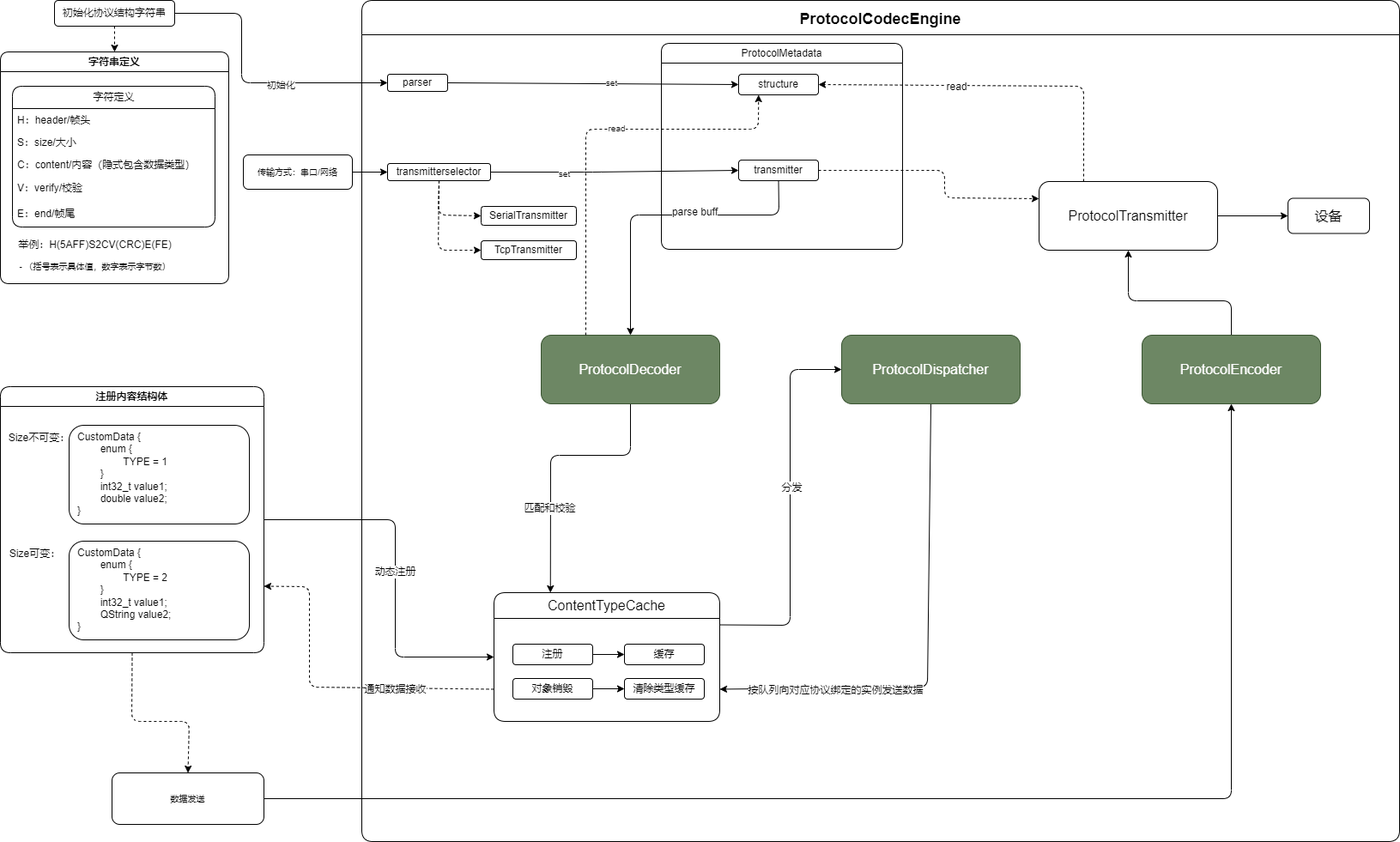
Earlier version of the draw.io export framework.drawio.png (daonvshu/ProtocolCodecEngine). Source tidied: cells renumbered, new cells last; positions are measured from the earlier drawing's top-left corner, leaving out a move shared by most shapes.
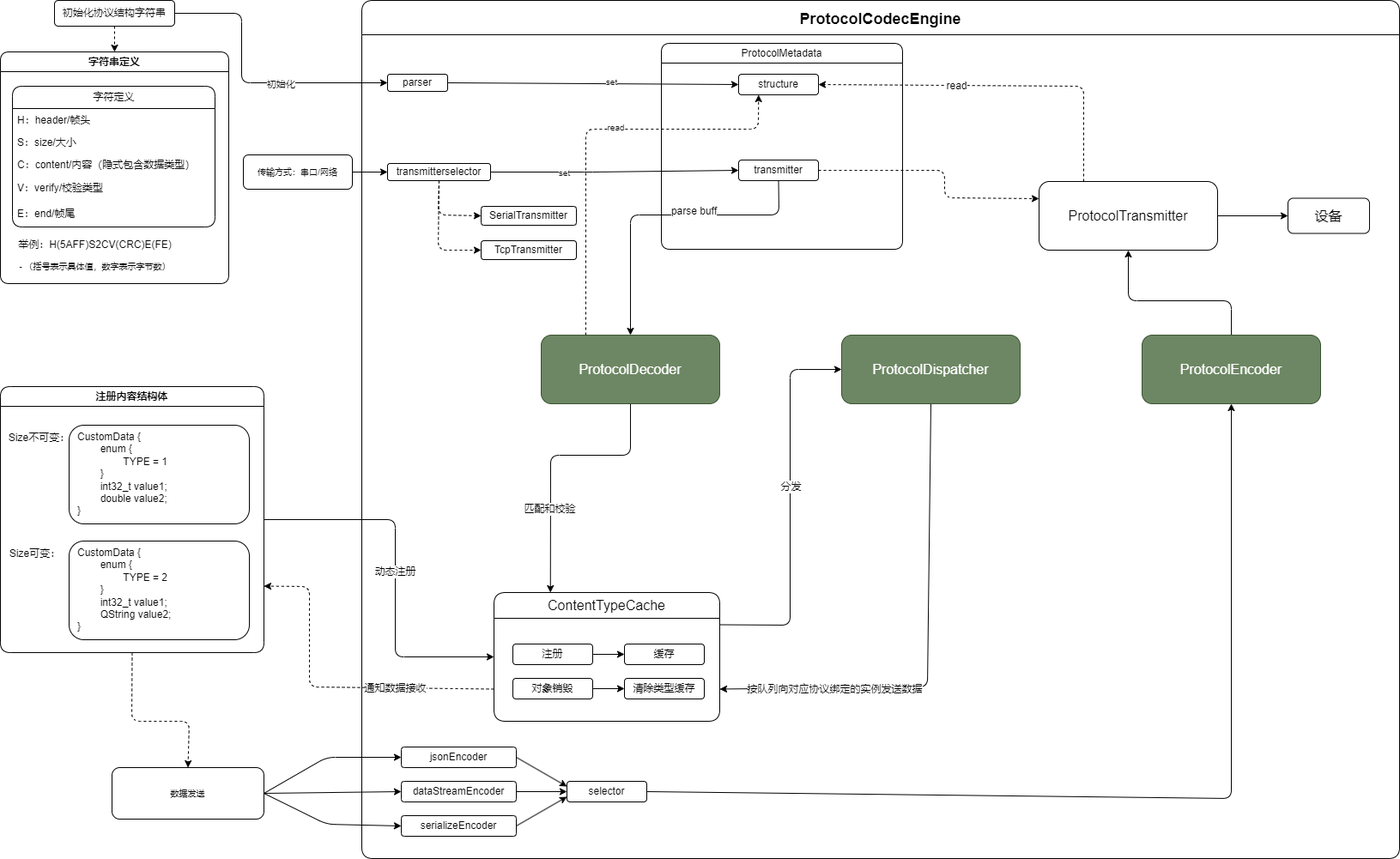
The same diagram one commit later.

What changed in the source:
```diff
@@ -3,7 +3,7 @@
     <mxCell id="0" />
     <mxCell id="1" parent="0" />
     <mxCell id="2" value="ProtocolCodecEngine" style="swimlane;rounded=1;startSize=40;arcSize=11;fontSize=18;" parent="1" vertex="1">
-      <mxGeometry x="421" width="1209" height="980" as="geometry" />
+      <mxGeometry x="421" width="1209" height="1000" as="geometry" />
     </mxCell>
     <mxCell id="3" style="edgeStyle=none;html=1;exitX=1;exitY=0.5;exitDx=0;exitDy=0;entryX=0;entryY=0.5;entryDx=0;entryDy=0;" parent="2" edge="1" source="5" target="12">
       <mxGeometry relative="1" as="geometry" />
@@ -175,6 +175,34 @@
     <mxCell id="42" value="设备" style="rounded=1;whiteSpace=wrap;html=1;fontSize=16;" parent="2" vertex="1">
       <mxGeometry x="1079" y="230.5" width="95" height="41" as="geometry" />
     </mxCell>
+    <mxCell id="69" style="edgeStyle=none;html=1;exitX=1;exitY=0.5;exitDx=0;exitDy=0;entryX=0;entryY=0.25;entryDx=0;entryDy=0;" parent="2" edge="1" source="70" target="74">
+      <mxGeometry relative="1" as="geometry" />
+    </mxCell>
+    <mxCell id="70" value="&lt;span style=&quot;font-size: 12px;&quot;&gt;jsonEncoder&lt;/span&gt;" style="rounded=1;whiteSpace=wrap;html=1;fontSize=12;" parent="2" vertex="1">
+      <mxGeometry x="46" y="870" width="134" height="24" as="geometry" />
+    </mxCell>
+    <mxCell id="71" value="&lt;span style=&quot;font-size: 12px;&quot;&gt;dataStreamEncoder&lt;/span&gt;" style="rounded=1;whiteSpace=wrap;html=1;fontSize=12;" parent="2" vertex="1">
+      <mxGeometry x="46" y="910" width="134" height="24" as="geometry" />
+    </mxCell>
+    <mxCell id="72" style="edgeStyle=none;html=1;exitX=1;exitY=0.5;exitDx=0;exitDy=0;entryX=0;entryY=0.75;entryDx=0;entryDy=0;" parent="2" edge="1" source="73" target="74">
+      <mxGeometry relative="1" as="geometry" />
+    </mxCell>
+    <mxCell id="73" value="&lt;span style=&quot;font-size: 12px;&quot;&gt;serializeEncoder&lt;/span&gt;" style="rounded=1;whiteSpace=wrap;html=1;fontSize=12;" parent="2" vertex="1">
+      <mxGeometry x="46" y="950" width="134" height="24" as="geometry" />
+    </mxCell>
+    <mxCell id="74" value="&lt;span style=&quot;font-size: 12px;&quot;&gt;selector&lt;/span&gt;" style="rounded=1;whiteSpace=wrap;html=1;fontSize=12;" parent="2" vertex="1">
+      <mxGeometry x="239" y="910" width="93" height="24" as="geometry" />
+    </mxCell>
+    <mxCell id="67" style="edgeStyle=none;html=1;entryX=0.5;entryY=1;entryDx=0;entryDy=0;fontSize=12;exitX=1;exitY=0.5;exitDx=0;exitDy=0;" parent="2" edge="1" source="74" target="38">
+      <mxGeometry relative="1" as="geometry">
+        <Array as="points">
+          <mxPoint x="1013" y="930" />
+        </Array>
+      </mxGeometry>
+    </mxCell>
+    <mxCell id="75" style="edgeStyle=none;html=1;exitX=1;exitY=0.5;exitDx=0;exitDy=0;entryX=0;entryY=0.5;entryDx=0;entryDy=0;" parent="2" edge="1" source="71" target="74">
+      <mxGeometry relative="1" as="geometry" />
+    </mxCell>
     <mxCell id="43" style="edgeStyle=none;html=1;exitX=1;exitY=0.5;exitDx=0;exitDy=0;entryX=0;entryY=0.5;entryDx=0;entryDy=0;" parent="1" edge="1" source="46" target="5">
       <mxGeometry relative="1" as="geometry">
         <Array as="points">
@@ -207,7 +235,7 @@
     <mxCell id="51" value="C：content/内容（隐式包含数据类型）" style="text;strokeColor=none;fillColor=none;align=left;verticalAlign=top;spacingLeft=4;spacingRight=4;overflow=hidden;whiteSpace=wrap;html=1;rounded=1;" parent="48" vertex="1">
       <mxGeometry y="78" width="236" height="26" as="geometry" />
     </mxCell>
-    <mxCell id="52" value="V：verify/校验" style="text;strokeColor=none;fillColor=none;align=left;verticalAlign=middle;spacingLeft=4;spacingRight=4;overflow=hidden;whiteSpace=wrap;html=1;rounded=1;" parent="48" vertex="1">
+    <mxCell id="52" value="V：verify/校验类型" style="text;strokeColor=none;fillColor=none;align=left;verticalAlign=middle;spacingLeft=4;spacingRight=4;overflow=hidden;whiteSpace=wrap;html=1;rounded=1;" parent="48" vertex="1">
       <mxGeometry y="104" width="236" height="30" as="geometry" />
     </mxCell>
     <mxCell id="53" value="E：end/帧尾" style="text;strokeColor=none;fillColor=none;align=left;verticalAlign=middle;spacingLeft=4;spacingRight=4;overflow=hidden;whiteSpace=wrap;html=1;rounded=1;" parent="48" vertex="1">
@@ -269,15 +297,25 @@
         <mxPoint x="5" as="offset" />
       </mxGeometry>
     </mxCell>
-    <mxCell id="67" style="edgeStyle=none;html=1;exitX=1;exitY=0.5;exitDx=0;exitDy=0;entryX=0.5;entryY=1;entryDx=0;entryDy=0;fontSize=12;" parent="1" edge="1" source="68" target="38">
-      <mxGeometry relative="1" as="geometry">
-        <Array as="points">
-          <mxPoint x="1434" y="930" />
-        </Array>
-      </mxGeometry>
-    </mxCell>
+    <mxCell id="76" style="edgeStyle=none;html=1;exitX=1;exitY=0.5;exitDx=0;exitDy=0;entryX=0;entryY=0.5;entryDx=0;entryDy=0;" parent="1" edge="1" source="68" target="70">
+      <mxGeometry relative="1" as="geometry">
+        <Array as="points">
+          <mxPoint x="380" y="882" />
+        </Array>
+      </mxGeometry>
+    </mxCell>
+    <mxCell id="77" style="edgeStyle=none;html=1;exitX=1;exitY=0.5;exitDx=0;exitDy=0;entryX=0;entryY=0.5;entryDx=0;entryDy=0;" parent="1" edge="1" source="68" target="71">
+      <mxGeometry relative="1" as="geometry" />
+    </mxCell>
+    <mxCell id="78" style="edgeStyle=none;html=1;exitX=1;exitY=0.5;exitDx=0;exitDy=0;entryX=0;entryY=0.5;entryDx=0;entryDy=0;" parent="1" edge="1" source="68" target="73">
+      <mxGeometry relative="1" as="geometry">
+        <Array as="points">
+          <mxPoint x="380" y="960" />
+        </Array>
+      </mxGeometry>
+    </mxCell>
     <mxCell id="68" value="数据发送" style="rounded=1;whiteSpace=wrap;html=1;fontSize=10;" parent="1" vertex="1">
-      <mxGeometry x="130" y="900" width="177" height="60" as="geometry" />
+      <mxGeometry x="130" y="894" width="177" height="60" as="geometry" />
     </mxCell>
   </root>
 </mxGraphModel>
```
